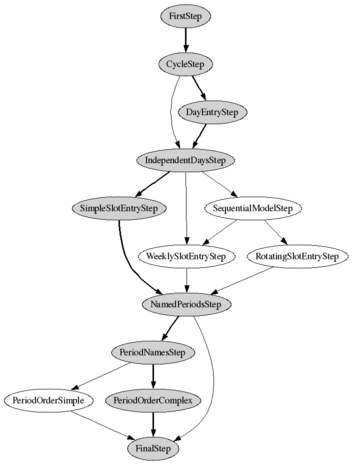
Above: src/schooltool/app/browser/ftests/images/ttschema-wizard-3.png in mattva01/schooltool (Graphviz), before the change. Its source is kept beside it as src/schooltool/app/browser/ftests/images/ttschema-wizard-3.dot. The source it was exported from:
```dot
digraph "Timetable Schema Wizard" {
  FirstStep -> CycleStep [style="bold"];
  CycleStep -> IndependentDaysStep;
  CycleStep -> DayEntryStep [style="bold"];
  DayEntryStep -> IndependentDaysStep [style="bold"];
  IndependentDaysStep -> SimpleSlotEntryStep [style="bold"];
  IndependentDaysStep -> WeeklySlotEntryStep;
  IndependentDaysStep -> SequentialModelStep;
  SequentialModelStep -> WeeklySlotEntryStep;
  SequentialModelStep -> RotatingSlotEntryStep;
  SimpleSlotEntryStep -> NamedPeriodsStep [style="bold"];
  RotatingSlotEntryStep -> NamedPeriodsStep;
  WeeklySlotEntryStep -> NamedPeriodsStep;
  NamedPeriodsStep -> PeriodNamesStep [style="bold"];
  NamedPeriodsStep -> FinalStep;
  PeriodNamesStep -> PeriodOrderSimple;
  PeriodNamesStep -> PeriodOrderComplex [style="bold"];
  PeriodOrderSimple -> FinalStep;
  PeriodOrderComplex -> FinalStep [style="bold"];

  FirstStep[style="filled"];
  CycleStep[style="filled"];
  DayEntryStep[style="filled"];
  IndependentDaysStep[style="filled"];
  SimpleSlotEntryStep[style="filled"];
  NamedPeriodsStep[style="filled"];
  PeriodNamesStep[style="filled"];
  PeriodOrderComplex[style="filled"];
  FinalStep[style="filled"];
}
```
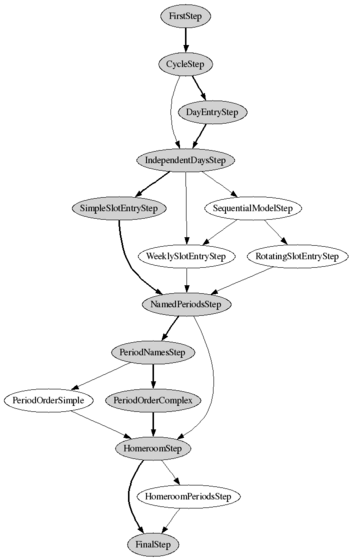
The same file after the commit.

What changed in the source:
```diff
@@ -12,11 +12,14 @@
   RotatingSlotEntryStep -> NamedPeriodsStep;
   WeeklySlotEntryStep -> NamedPeriodsStep;
   NamedPeriodsStep -> PeriodNamesStep [style="bold"];
-  NamedPeriodsStep -> FinalStep;
+  NamedPeriodsStep -> HomeroomStep;
   PeriodNamesStep -> PeriodOrderSimple;
   PeriodNamesStep -> PeriodOrderComplex [style="bold"];
-  PeriodOrderSimple -> FinalStep;
-  PeriodOrderComplex -> FinalStep [style="bold"];
+  PeriodOrderSimple -> HomeroomStep;
+  PeriodOrderComplex -> HomeroomStep [style="bold"];
+  HomeroomStep -> FinalStep [style="bold"];
+  HomeroomStep -> HomeroomPeriodsStep;
+  HomeroomPeriodsStep -> FinalStep;
 
   FirstStep[style="filled"];
   CycleStep[style="filled"];
@@ -26,5 +29,6 @@
   NamedPeriodsStep[style="filled"];
   PeriodNamesStep[style="filled"];
   PeriodOrderComplex[style="filled"];
+  HomeroomStep[style="filled"];
   FinalStep[style="filled"];
 }
```
